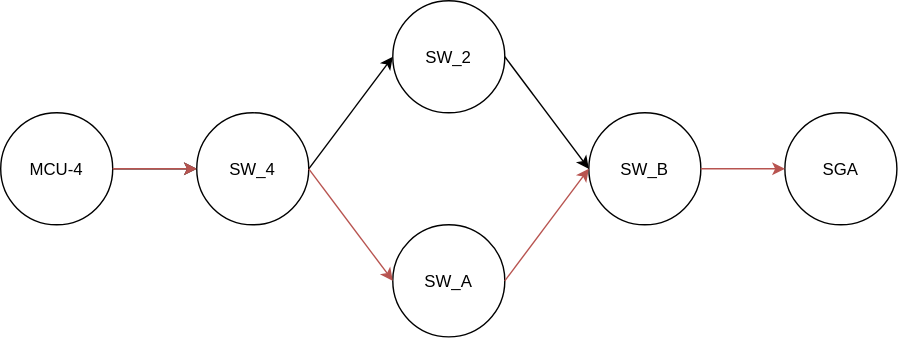
Earlier version of the draw.io export Figs/CB-aware-path2.svg (Fre-Ar/RSIS). Source tidied: cells renumbered, new cells last; positions are measured from the earlier drawing's top-left corner, leaving out a move shared by most shapes.
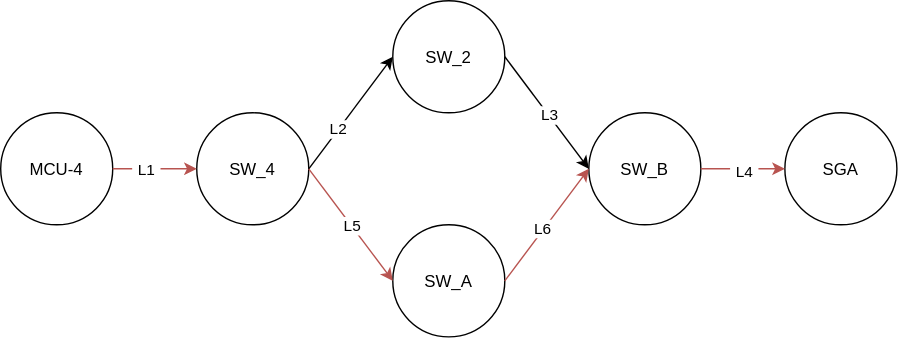
Above is the later version.

Diff of the diagram source:
```diff
@@ -2,9 +2,6 @@
   <root>
     <mxCell id="0" />
     <mxCell id="1" parent="0" />
-    <mxCell id="2" style="edgeStyle=none;html=1;" parent="1" edge="1" source="3" target="4">
-      <mxGeometry relative="1" as="geometry" />
-    </mxCell>
     <mxCell id="3" value="MCU-4" style="ellipse;whiteSpace=wrap;html=1;shapeInside=1;" parent="1" vertex="1">
       <mxGeometry y="80" width="80" height="80" as="geometry" />
     </mxCell>
@@ -23,23 +20,45 @@
     <mxCell id="8" style="endArrow=classic;html=1;rounded=0;defaultLabelBackgroundColor=page;labelPadding=0 4;exitX=1;exitY=0.5;exitDx=0;exitDy=0;entryX=0;entryY=0.5;entryDx=0;entryDy=0;fillColor=#f8cecc;strokeColor=#b85450;" parent="1" edge="1" source="3" target="4">
       <mxGeometry relative="1" as="geometry" />
     </mxCell>
+    <mxCell id="15" value="L1" style="edgeLabel;html=1;align=center;verticalAlign=middle;inheritText=1;defaultLabelBackgroundColor=page;labelPadding=0 4;" parent="8" vertex="1">
+      <mxGeometry x="-0.23" y="-2" relative="1" as="geometry">
+        <mxPoint y="-2" as="offset" />
+      </mxGeometry>
+    </mxCell>
     <mxCell id="9" style="endArrow=classic;html=1;rounded=0;defaultLabelBackgroundColor=page;labelPadding=0 4;exitX=1;exitY=0.5;exitDx=0;exitDy=0;entryX=0;entryY=0.5;entryDx=0;entryDy=0;" parent="1" edge="1" source="4" target="5">
       <mxGeometry relative="1" as="geometry" />
     </mxCell>
+    <mxCell id="16" value="L2" style="edgeLabel;html=1;align=center;verticalAlign=middle;inheritText=1;defaultLabelBackgroundColor=page;labelPadding=0 4;" parent="9" vertex="1">
+      <mxGeometry x="-0.29" relative="1" as="geometry">
+        <mxPoint x="-1" as="offset" />
+      </mxGeometry>
+    </mxCell>
     <mxCell id="10" style="endArrow=classic;html=1;rounded=0;defaultLabelBackgroundColor=page;labelPadding=0 4;exitX=1;exitY=0.5;exitDx=0;exitDy=0;entryX=0;entryY=0.5;entryDx=0;entryDy=0;" parent="1" edge="1" source="5" target="6">
       <mxGeometry relative="1" as="geometry" />
     </mxCell>
+    <mxCell id="17" value="L3" style="edgeLabel;html=1;align=center;verticalAlign=middle;inheritText=1;defaultLabelBackgroundColor=page;labelPadding=0 4;" parent="10" vertex="1">
+      <mxGeometry x="0.03" relative="1" as="geometry" />
+    </mxCell>
     <mxCell id="11" style="endArrow=classic;html=1;rounded=0;defaultLabelBackgroundColor=page;labelPadding=0 4;exitX=1;exitY=0.5;exitDx=0;exitDy=0;entryX=0;entryY=0.5;entryDx=0;entryDy=0;fillColor=#f8cecc;strokeColor=#b85450;" parent="1" edge="1" source="6" target="7">
       <mxGeometry relative="1" as="geometry" />
     </mxCell>
+    <mxCell id="18" value="L4" style="edgeLabel;html=1;align=center;verticalAlign=middle;inheritText=1;defaultLabelBackgroundColor=page;labelPadding=0 4;" parent="11" vertex="1">
+      <mxGeometry y="-1" relative="1" as="geometry" />
+    </mxCell>
     <mxCell id="12" value="SW_A" style="ellipse;whiteSpace=wrap;html=1;shapeInside=1;" parent="1" vertex="1">
       <mxGeometry x="280" y="160" width="80" height="80" as="geometry" />
     </mxCell>
     <mxCell id="13" style="endArrow=classic;html=1;rounded=0;defaultLabelBackgroundColor=page;labelPadding=0 4;exitX=1;exitY=0.5;exitDx=0;exitDy=0;entryX=0;entryY=0.5;entryDx=0;entryDy=0;fillColor=#f8cecc;strokeColor=#b85450;" parent="1" edge="1" source="4" target="12">
       <mxGeometry relative="1" as="geometry" />
     </mxCell>
+    <mxCell id="19" value="L5" style="edgeLabel;html=1;align=center;verticalAlign=middle;inheritText=1;defaultLabelBackgroundColor=page;labelPadding=0 4;" parent="13" vertex="1">
+      <mxGeometry relative="1" as="geometry" />
+    </mxCell>
     <mxCell id="14" style="endArrow=classic;html=1;rounded=0;defaultLabelBackgroundColor=page;labelPadding=0 4;exitX=1;exitY=0.5;exitDx=0;exitDy=0;entryX=0;entryY=0.5;entryDx=0;entryDy=0;fillColor=#f8cecc;strokeColor=#b85450;" parent="1" edge="1" source="12" target="6">
       <mxGeometry relative="1" as="geometry" />
     </mxCell>
+    <mxCell id="20" value="L6" style="edgeLabel;html=1;align=center;verticalAlign=middle;inheritText=1;defaultLabelBackgroundColor=page;labelPadding=0 4;" parent="14" vertex="1">
+      <mxGeometry x="-0.08" y="1" relative="1" as="geometry" />
+    </mxCell>
   </root>
 </mxGraphModel>
```
